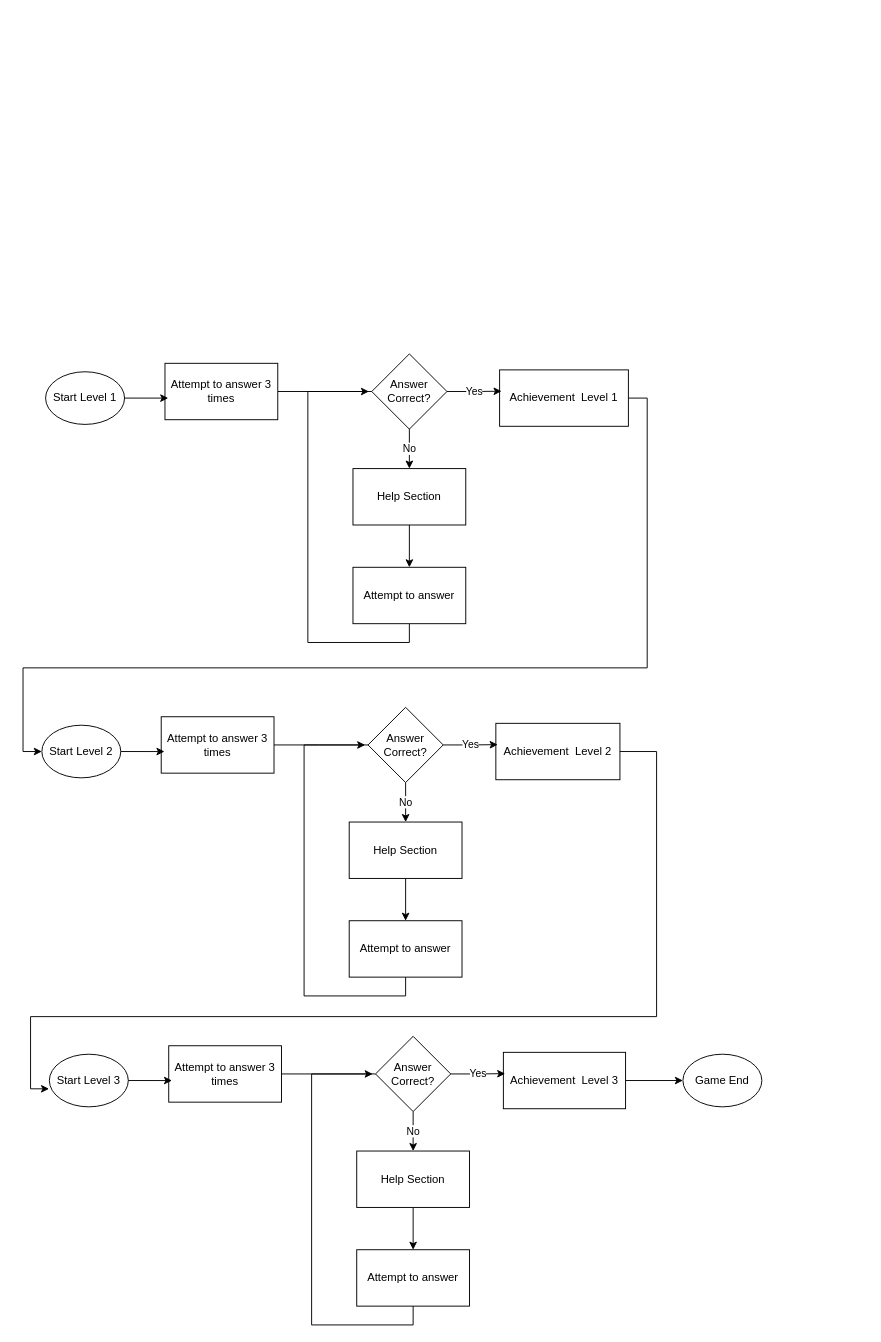
Before: page "Game-Flow" (2 of 2) of Notes/Diagrams/sql_safari_usecase.drawio in Salinda7329/sql_safari, a draw.io diagram. Source tidied: cells renumbered, new cells numbered last; positions are measured from the earlier drawing's top-left corner, leaving out a move shared by most shapes. Both pictures are drawn from the tidied source at 94%, with x=0, y=0 at pixel (23, 353).
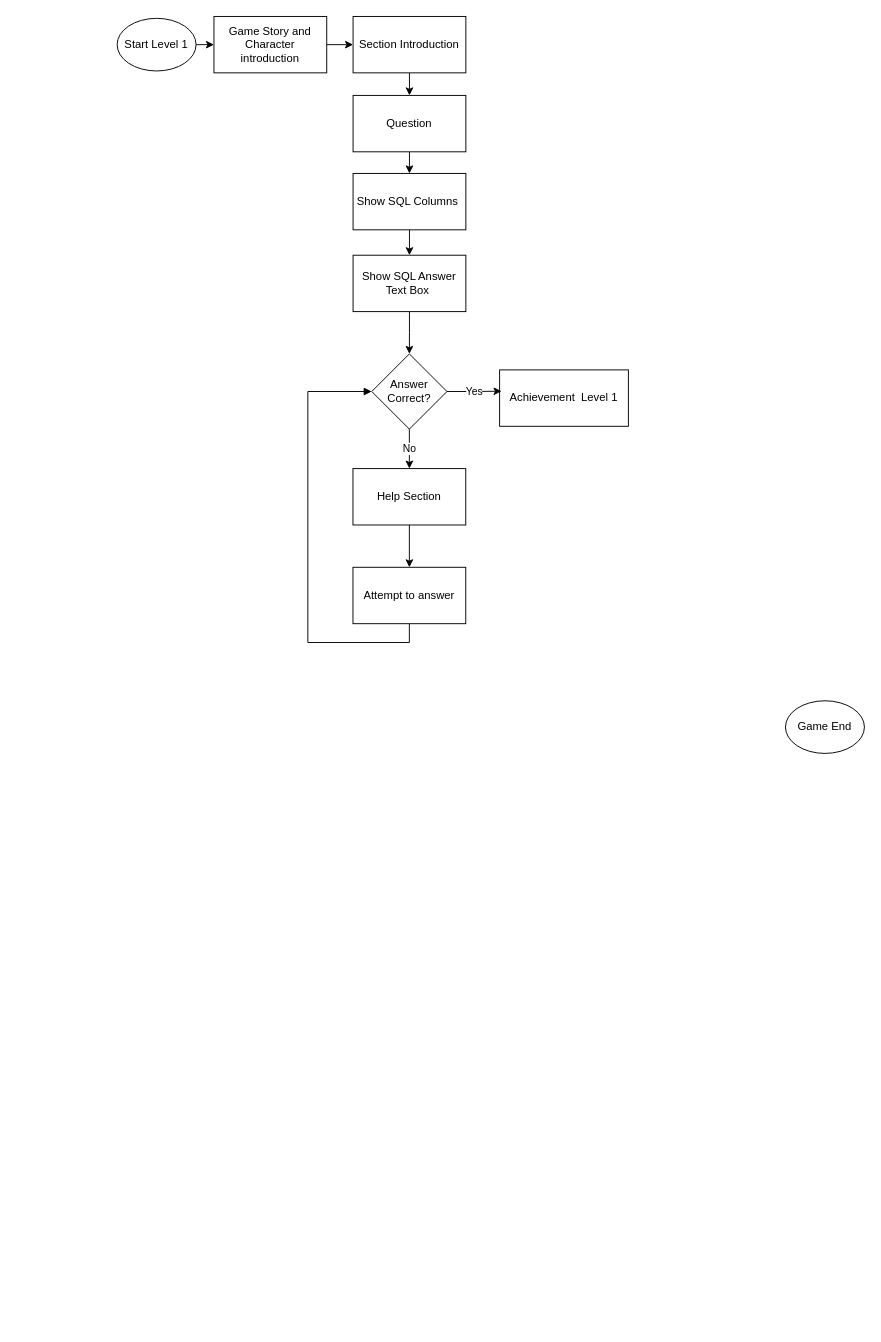
The same diagram, later.

Unchanged cells that the change refers to:
```xml
<mxCell id="7" value="Achievement&amp;nbsp; Level 1" style="rounded=0;whiteSpace=wrap;html=1;" parent="1" vertex="1">
  <mxGeometry x="507" y="17" width="137" height="60" as="geometry" />
</mxCell>
<mxCell id="9" value="Answer Correct?" style="rhombus;whiteSpace=wrap;html=1;" parent="1" vertex="1">
  <mxGeometry x="371" width="80" height="80" as="geometry" />
</mxCell>
<mxCell id="14" value="Attempt to answer" style="rounded=0;whiteSpace=wrap;html=1;" parent="1" vertex="1">
  <mxGeometry x="351" y="227" width="120" height="60" as="geometry" />
</mxCell>
```

Change to the diagram source:
```diff
@@
     <mxCell id="2" value="Start Level 1" style="ellipse;whiteSpace=wrap;html=1;" parent="1" vertex="1">
-      <mxGeometry x="24" y="19" width="84" height="56" as="geometry" />
+      <mxGeometry x="100.1" y="-357" width="84" height="56" as="geometry" />
     </mxCell>
-    <mxCell id="3" style="edgeStyle=orthogonalEdgeStyle;rounded=0;jettySize=auto;html=1;exitX=1;exitY=0.5;exitDx=0;exitDy=0;" parent="1" edge="1" source="4">
-      <mxGeometry relative="1" as="geometry">
-        <mxPoint x="368" y="40" as="targetPoint" />
-      </mxGeometry>
-    </mxCell>
-    <mxCell id="4" value="Attempt to answer 3 times" style="rounded=0;whiteSpace=wrap;html=1;" parent="1" vertex="1">
-      <mxGeometry x="151" y="10" width="120" height="60" as="geometry" />
-    </mxCell>
-    <mxCell id="5" style="edgeStyle=orthogonalEdgeStyle;rounded=0;jettySize=auto;html=1;exitX=1;exitY=0.5;exitDx=0;exitDy=0;entryX=0.029;entryY=0.617;entryDx=0;entryDy=0;entryPerimeter=0;" parent="1" edge="1" source="2" target="4">
+    <mxCell id="5" style="edgeStyle=orthogonalEdgeStyle;rounded=0;jettySize=auto;html=1;exitX=1;exitY=0.5;exitDx=0;exitDy=0;entryX=0;entryY=0.5;entryDx=0;entryDy=0;" parent="1" edge="1" source="2" target="45">
       <mxGeometry relative="1" as="geometry" />
     </mxCell>
-    <mxCell id="6" style="edgeStyle=orthogonalEdgeStyle;rounded=0;jettySize=auto;html=1;exitX=1;exitY=0.5;exitDx=0;exitDy=0;entryX=0;entryY=0.5;entryDx=0;entryDy=0;" parent="1" edge="1" source="7" target="15">
-      <mxGeometry relative="1" as="geometry">
-        <Array as="points">
-          <mxPoint x="664" y="47" />
-          <mxPoint x="664" y="334" />
-          <mxPoint y="334" />
-          <mxPoint y="423" />
-        </Array>
-      </mxGeometry>
-    </mxCell>
@@
-    <mxCell id="13" style="edgeStyle=orthogonalEdgeStyle;rounded=0;jettySize=auto;html=1;exitX=0.5;exitY=1;exitDx=0;exitDy=0;entryX=0;entryY=0.5;entryDx=0;entryDy=0;endArrow=none;endFill=0;" parent="1" edge="1" source="14" target="9">
+    <mxCell id="13" style="edgeStyle=orthogonalEdgeStyle;rounded=0;jettySize=auto;html=1;exitX=0.5;exitY=1;exitDx=0;exitDy=0;entryX=0;entryY=0.5;entryDx=0;entryDy=0;endArrow=block;endFill=1;" parent="1" edge="1" source="14" target="9">
       <mxGeometry relative="1" as="geometry">
         <Array as="points">
           <mxPoint x="411" y="307" />
           <mxPoint x="303" y="307" />
           <mxPoint x="303" y="40" />
         </Array>
       </mxGeometry>
     </mxCell>
@@
-    <mxCell id="15" value="Start Level 2" style="ellipse;whiteSpace=wrap;html=1;" parent="1" vertex="1">
-      <mxGeometry x="20" y="395" width="84" height="56" as="geometry" />
-    </mxCell>
-    <mxCell id="16" style="edgeStyle=orthogonalEdgeStyle;rounded=0;jettySize=auto;html=1;exitX=1;exitY=0.5;exitDx=0;exitDy=0;" parent="1" edge="1" source="17">
-      <mxGeometry relative="1" as="geometry">
-        <mxPoint x="364" y="416" as="targetPoint" />
-      </mxGeometry>
-    </mxCell>
-    <mxCell id="17" value="Attempt to answer 3 times" style="rounded=0;whiteSpace=wrap;html=1;" parent="1" vertex="1">
-      <mxGeometry x="147" y="386" width="120" height="60" as="geometry" />
-    </mxCell>
-    <mxCell id="18" style="edgeStyle=orthogonalEdgeStyle;rounded=0;jettySize=auto;html=1;exitX=1;exitY=0.5;exitDx=0;exitDy=0;entryX=0.029;entryY=0.617;entryDx=0;entryDy=0;entryPerimeter=0;" parent="1" edge="1" source="15" target="17">
-      <mxGeometry relative="1" as="geometry" />
-    </mxCell>
-    <mxCell id="19" value="Achievement&amp;nbsp; Level 2" style="rounded=0;whiteSpace=wrap;html=1;" parent="1" vertex="1">
-      <mxGeometry x="503" y="393" width="132" height="60" as="geometry" />
-    </mxCell>
-    <mxCell id="20" value="No" style="edgeStyle=orthogonalEdgeStyle;rounded=0;jettySize=auto;html=1;exitX=0.5;exitY=1;exitDx=0;exitDy=0;entryX=0.5;entryY=0;entryDx=0;entryDy=0;" parent="1" edge="1" source="21" target="24">
-      <mxGeometry relative="1" as="geometry" />
-    </mxCell>
-    <mxCell id="21" value="Answer Correct?" style="rhombus;whiteSpace=wrap;html=1;" parent="1" vertex="1">
-      <mxGeometry x="367" y="376" width="80" height="80" as="geometry" />
-    </mxCell>
-    <mxCell id="22" value="Yes" style="edgeStyle=orthogonalEdgeStyle;rounded=0;jettySize=auto;html=1;exitX=1;exitY=0.5;exitDx=0;exitDy=0;entryX=0.015;entryY=0.378;entryDx=0;entryDy=0;entryPerimeter=0;" parent="1" edge="1" source="21" target="19">
-      <mxGeometry relative="1" as="geometry" />
-    </mxCell>
-    <mxCell id="23" style="edgeStyle=orthogonalEdgeStyle;rounded=0;jettySize=auto;html=1;exitX=0.5;exitY=1;exitDx=0;exitDy=0;entryX=0.5;entryY=0;entryDx=0;entryDy=0;" parent="1" edge="1" source="24" target="26">
-      <mxGeometry relative="1" as="geometry" />
-    </mxCell>
-    <mxCell id="24" value="Help Section" style="rounded=0;whiteSpace=wrap;html=1;" parent="1" vertex="1">
-      <mxGeometry x="347" y="498" width="120" height="60" as="geometry" />
-    </mxCell>
-    <mxCell id="25" style="edgeStyle=orthogonalEdgeStyle;rounded=0;jettySize=auto;html=1;exitX=0.5;exitY=1;exitDx=0;exitDy=0;entryX=0;entryY=0.5;entryDx=0;entryDy=0;endArrow=none;endFill=0;" parent="1" edge="1" source="26" target="21">
-      <mxGeometry relative="1" as="geometry">
-        <Array as="points">
-          <mxPoint x="407" y="683" />
-          <mxPoint x="299" y="683" />
-          <mxPoint x="299" y="416" />
-        </Array>
-      </mxGeometry>
-    </mxCell>
-    <mxCell id="26" value="Attempt to answer" style="rounded=0;whiteSpace=wrap;html=1;" parent="1" vertex="1">
-      <mxGeometry x="347" y="603" width="120" height="60" as="geometry" />
-    </mxCell>
-    <mxCell id="27" value="Start Level 3" style="ellipse;whiteSpace=wrap;html=1;" parent="1" vertex="1">
-      <mxGeometry x="28" y="745" width="84" height="56" as="geometry" />
-    </mxCell>
-    <mxCell id="28" style="edgeStyle=orthogonalEdgeStyle;rounded=0;jettySize=auto;html=1;exitX=1;exitY=0.5;exitDx=0;exitDy=0;" parent="1" edge="1" source="29">
-      <mxGeometry relative="1" as="geometry">
-        <mxPoint x="372" y="766" as="targetPoint" />
-      </mxGeometry>
-    </mxCell>
-    <mxCell id="29" value="Attempt to answer 3 times" style="rounded=0;whiteSpace=wrap;html=1;" parent="1" vertex="1">
-      <mxGeometry x="155" y="736" width="120" height="60" as="geometry" />
-    </mxCell>
-    <mxCell id="30" style="edgeStyle=orthogonalEdgeStyle;rounded=0;jettySize=auto;html=1;exitX=1;exitY=0.5;exitDx=0;exitDy=0;entryX=0.029;entryY=0.617;entryDx=0;entryDy=0;entryPerimeter=0;" parent="1" edge="1" source="27" target="29">
-      <mxGeometry relative="1" as="geometry" />
-    </mxCell>
-    <mxCell id="31" style="edgeStyle=orthogonalEdgeStyle;rounded=0;jettySize=auto;html=1;exitX=1;exitY=0.5;exitDx=0;exitDy=0;entryX=0;entryY=0.5;entryDx=0;entryDy=0;" parent="1" edge="1" source="32" target="40">
-      <mxGeometry relative="1" as="geometry" />
-    </mxCell>
-    <mxCell id="32" value="Achievement&amp;nbsp; Level 3" style="rounded=0;whiteSpace=wrap;html=1;" parent="1" vertex="1">
-      <mxGeometry x="511" y="743" width="130" height="60" as="geometry" />
-    </mxCell>
-    <mxCell id="33" value="No" style="edgeStyle=orthogonalEdgeStyle;rounded=0;jettySize=auto;html=1;exitX=0.5;exitY=1;exitDx=0;exitDy=0;entryX=0.5;entryY=0;entryDx=0;entryDy=0;" parent="1" edge="1" source="34" target="37">
-      <mxGeometry relative="1" as="geometry" />
-    </mxCell>
-    <mxCell id="34" value="Answer Correct?" style="rhombus;whiteSpace=wrap;html=1;" parent="1" vertex="1">
-      <mxGeometry x="375" y="726" width="80" height="80" as="geometry" />
-    </mxCell>
-    <mxCell id="35" value="Yes" style="edgeStyle=orthogonalEdgeStyle;rounded=0;jettySize=auto;html=1;exitX=1;exitY=0.5;exitDx=0;exitDy=0;entryX=0.015;entryY=0.378;entryDx=0;entryDy=0;entryPerimeter=0;" parent="1" edge="1" source="34" target="32">
-      <mxGeometry relative="1" as="geometry" />
-    </mxCell>
-    <mxCell id="36" style="edgeStyle=orthogonalEdgeStyle;rounded=0;jettySize=auto;html=1;exitX=0.5;exitY=1;exitDx=0;exitDy=0;entryX=0.5;entryY=0;entryDx=0;entryDy=0;" parent="1" edge="1" source="37" target="39">
-      <mxGeometry relative="1" as="geometry" />
-    </mxCell>
-    <mxCell id="37" value="Help Section" style="rounded=0;whiteSpace=wrap;html=1;" parent="1" vertex="1">
-      <mxGeometry x="355" y="848" width="120" height="60" as="geometry" />
-    </mxCell>
-    <mxCell id="38" style="edgeStyle=orthogonalEdgeStyle;rounded=0;jettySize=auto;html=1;exitX=0.5;exitY=1;exitDx=0;exitDy=0;entryX=0;entryY=0.5;entryDx=0;entryDy=0;endArrow=none;endFill=0;" parent="1" edge="1" source="39" target="34">
-      <mxGeometry relative="1" as="geometry">
-        <Array as="points">
-          <mxPoint x="415" y="1033" />
-          <mxPoint x="307" y="1033" />
-          <mxPoint x="307" y="766" />
-        </Array>
-      </mxGeometry>
-    </mxCell>
-    <mxCell id="39" value="Attempt to answer" style="rounded=0;whiteSpace=wrap;html=1;" parent="1" vertex="1">
-      <mxGeometry x="355" y="953" width="120" height="60" as="geometry" />
-    </mxCell>
     <mxCell id="40" value="Game End" style="ellipse;whiteSpace=wrap;html=1;" parent="1" vertex="1">
-      <mxGeometry x="702" y="745" width="84" height="56" as="geometry" />
+      <mxGeometry x="811.1" y="369" width="84" height="56" as="geometry" />
     </mxCell>
-    <mxCell id="41" style="edgeStyle=orthogonalEdgeStyle;rounded=0;jettySize=auto;html=1;entryX=-0.004;entryY=0.658;entryDx=0;entryDy=0;entryPerimeter=0;" parent="1" edge="1" source="19" target="27">
-      <mxGeometry relative="1" as="geometry">
-        <Array as="points">
-          <mxPoint x="674" y="423" />
-          <mxPoint x="674" y="705" />
-          <mxPoint x="8" y="705" />
-          <mxPoint x="8" y="782" />
-        </Array>
-      </mxGeometry>
-    </mxCell>
+    <mxCell id="42" style="edgeStyle=orthogonalEdgeStyle;rounded=0;jettySize=auto;html=1;exitX=0.5;exitY=1;exitDx=0;exitDy=0;entryX=0.5;entryY=0;entryDx=0;entryDy=0;" parent="1" edge="1" source="43" target="47">
+      <mxGeometry relative="1" as="geometry" />
+    </mxCell>
+    <mxCell id="43" value="Section Introduction" style="rounded=0;whiteSpace=wrap;html=1;" parent="1" vertex="1">
+      <mxGeometry x="351.1" y="-359" width="120" height="60" as="geometry" />
+    </mxCell>
+    <mxCell id="44" style="edgeStyle=orthogonalEdgeStyle;rounded=0;jettySize=auto;html=1;exitX=1;exitY=0.5;exitDx=0;exitDy=0;entryX=0;entryY=0.5;entryDx=0;entryDy=0;" parent="1" edge="1" source="45" target="43">
+      <mxGeometry relative="1" as="geometry" />
+    </mxCell>
+    <mxCell id="45" value="Game Story and Character&lt;br&gt;introduction" style="rounded=0;whiteSpace=wrap;html=1;" parent="1" vertex="1">
+      <mxGeometry x="203.1" y="-359" width="120" height="60" as="geometry" />
+    </mxCell>
+    <mxCell id="46" style="edgeStyle=orthogonalEdgeStyle;rounded=0;jettySize=auto;html=1;exitX=0.5;exitY=1;exitDx=0;exitDy=0;entryX=0.5;entryY=0;entryDx=0;entryDy=0;" parent="1" edge="1" source="47" target="49">
+      <mxGeometry relative="1" as="geometry" />
+    </mxCell>
+    <mxCell id="47" value="Question" style="rounded=0;whiteSpace=wrap;html=1;" parent="1" vertex="1">
+      <mxGeometry x="351.1" y="-275" width="120" height="60" as="geometry" />
+    </mxCell>
+    <mxCell id="48" style="edgeStyle=orthogonalEdgeStyle;rounded=0;jettySize=auto;html=1;exitX=0.5;exitY=1;exitDx=0;exitDy=0;entryX=0.5;entryY=0;entryDx=0;entryDy=0;" parent="1" edge="1" source="49" target="51">
+      <mxGeometry relative="1" as="geometry" />
+    </mxCell>
+    <mxCell id="49" value="Show SQL Columns&amp;nbsp;" style="rounded=0;whiteSpace=wrap;html=1;" parent="1" vertex="1">
+      <mxGeometry x="351.1" y="-192" width="120" height="60" as="geometry" />
+    </mxCell>
+    <mxCell id="50" style="edgeStyle=orthogonalEdgeStyle;rounded=0;jettySize=auto;html=1;exitX=0.5;exitY=1;exitDx=0;exitDy=0;entryX=0.5;entryY=0;entryDx=0;entryDy=0;" parent="1" edge="1" source="51" target="9">
+      <mxGeometry relative="1" as="geometry" />
+    </mxCell>
+    <mxCell id="51" value="Show SQL Answer Text Box&amp;nbsp;" style="rounded=0;whiteSpace=wrap;html=1;" parent="1" vertex="1">
+      <mxGeometry x="351.1" y="-105" width="120" height="60" as="geometry" />
+    </mxCell>
```
